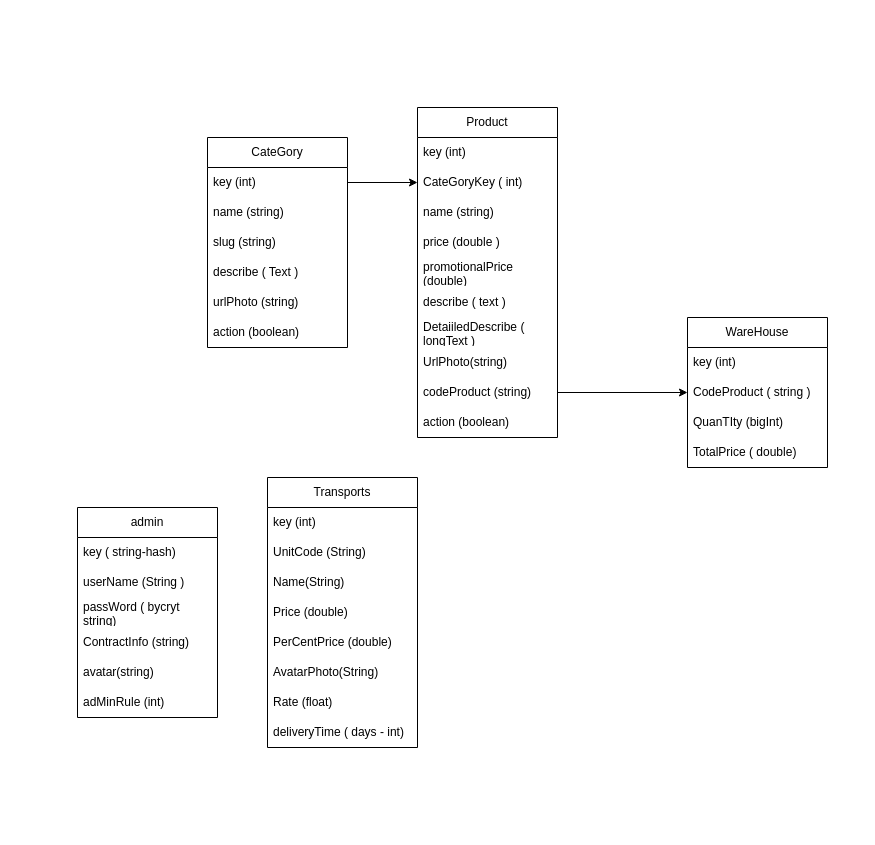
Above: page "Trang-1" (1 of 3) of public/shopeeFake.drawio in GruntDev1204/shopeeFake (draw.io), before the change. Source tidied: cells renumbered, new cells numbered last; positions are measured from the earlier drawing's top-left corner, leaving out a move shared by most shapes. Both pictures are drawn from the tidied source at 100%, with x=0, y=0 at pixel (77, 107).
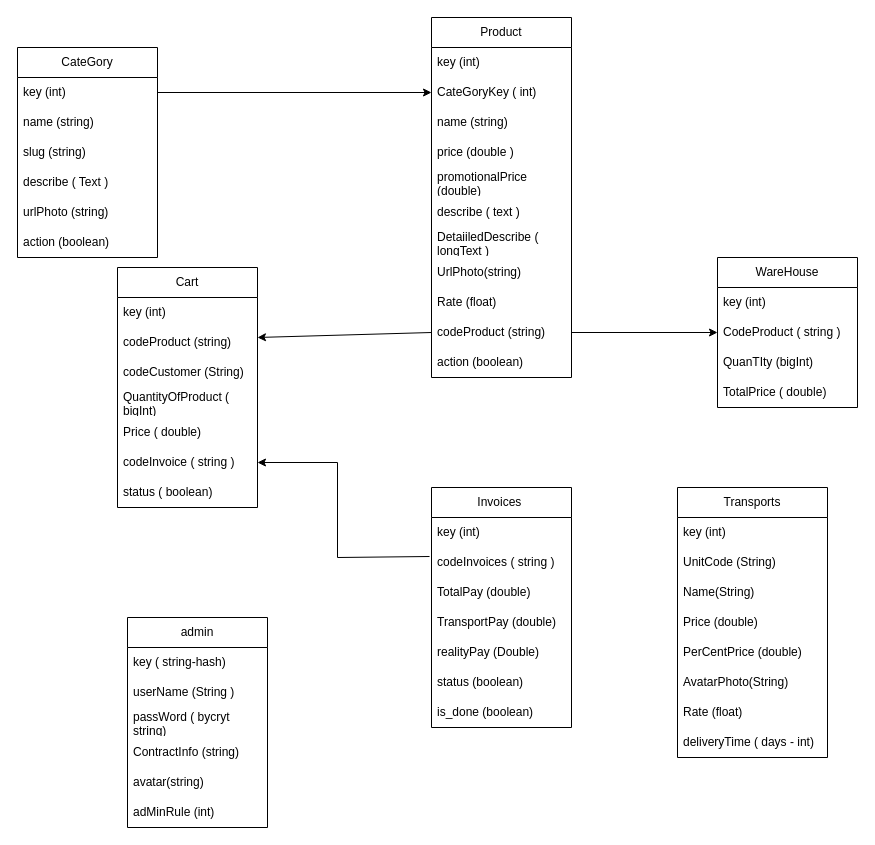
The same page after the edit.

The edit, as a diff of the source:
```diff
@@
     <mxCell id="2" value="admin&lt;br&gt;" style="swimlane;fontStyle=0;horizontal=1;startSize=30;whiteSpace=wrap;html=1;" parent="1" vertex="1">
-      <mxGeometry y="400" width="140" height="210" as="geometry" />
+      <mxGeometry x="50" y="510" width="140" height="210" as="geometry" />
     </mxCell>
@@
     <mxCell id="9" value="CateGory" style="swimlane;fontStyle=0;horizontal=1;startSize=30;whiteSpace=wrap;html=1;" parent="1" vertex="1">
-      <mxGeometry x="130" y="30" width="140" height="210" as="geometry" />
+      <mxGeometry x="-60" y="-60" width="140" height="210" as="geometry" />
     </mxCell>
@@
     <mxCell id="16" value="Product" style="swimlane;fontStyle=0;horizontal=1;startSize=30;whiteSpace=wrap;html=1;" parent="1" vertex="1">
-      <mxGeometry x="340" width="140" height="330" as="geometry" />
+      <mxGeometry x="354" y="-90" width="140" height="360" as="geometry" />
     </mxCell>
@@
+    <mxCell id="43" value="Rate (float)" style="text;strokeColor=none;fillColor=none;align=left;verticalAlign=middle;spacingLeft=4;spacingRight=4;overflow=hidden;whiteSpace=wrap;html=1;" parent="16" vertex="1">
+      <mxGeometry y="270" width="140" height="30" as="geometry" />
+    </mxCell>
     <mxCell id="25" value="codeProduct (string)" style="text;strokeColor=none;fillColor=none;align=left;verticalAlign=middle;spacingLeft=4;spacingRight=4;overflow=hidden;points=[[0,0.5],[1,0.5]];portConstraint=eastwest;whiteSpace=wrap;html=1;" parent="16" vertex="1">
-      <mxGeometry y="270" width="140" height="30" as="geometry" />
+      <mxGeometry y="300" width="140" height="30" as="geometry" />
     </mxCell>
     <mxCell id="26" value="action (boolean)&amp;nbsp;" style="text;strokeColor=none;fillColor=none;align=left;verticalAlign=middle;spacingLeft=4;spacingRight=4;overflow=hidden;whiteSpace=wrap;html=1;" parent="16" vertex="1">
-      <mxGeometry y="300" width="140" height="30" as="geometry" />
+      <mxGeometry y="330" width="140" height="30" as="geometry" />
     </mxCell>
@@
     <mxCell id="28" value="Transports" style="swimlane;fontStyle=0;horizontal=1;startSize=30;whiteSpace=wrap;html=1;" parent="1" vertex="1">
-      <mxGeometry x="190" y="370" width="150" height="270" as="geometry" />
+      <mxGeometry x="600" y="380" width="150" height="270" as="geometry" />
     </mxCell>
@@
     <mxCell id="37" value="WareHouse" style="swimlane;fontStyle=0;horizontal=1;startSize=30;whiteSpace=wrap;html=1;" parent="1" vertex="1">
-      <mxGeometry x="610" y="210" width="140" height="150" as="geometry" />
+      <mxGeometry x="640" y="150" width="140" height="150" as="geometry" />
     </mxCell>
@@
+    <mxCell id="44" value="Cart" style="swimlane;fontStyle=0;horizontal=1;startSize=30;whiteSpace=wrap;html=1;" parent="1" vertex="1">
+      <mxGeometry x="40" y="160" width="140" height="240" as="geometry" />
+    </mxCell>
+    <mxCell id="45" value="key (int)" style="text;strokeColor=none;fillColor=none;align=left;verticalAlign=middle;spacingLeft=4;spacingRight=4;overflow=hidden;whiteSpace=wrap;html=1;" parent="44" vertex="1">
+      <mxGeometry y="30" width="140" height="30" as="geometry" />
+    </mxCell>
+    <mxCell id="46" value="codeProduct (string)&amp;nbsp;" style="text;strokeColor=none;fillColor=none;align=left;verticalAlign=middle;spacingLeft=4;spacingRight=4;overflow=hidden;points=[[0,0.5],[1,0.5]];portConstraint=eastwest;whiteSpace=wrap;html=1;" parent="44" vertex="1">
+      <mxGeometry y="60" width="140" height="30" as="geometry" />
+    </mxCell>
+    <mxCell id="47" value="codeCustomer (String)" style="text;strokeColor=none;fillColor=none;align=left;verticalAlign=middle;spacingLeft=4;spacingRight=4;overflow=hidden;whiteSpace=wrap;html=1;" parent="44" vertex="1">
+      <mxGeometry y="90" width="140" height="30" as="geometry" />
+    </mxCell>
+    <mxCell id="48" value="QuantityOfProduct ( bigInt)&amp;nbsp;" style="text;strokeColor=none;fillColor=none;align=left;verticalAlign=middle;spacingLeft=4;spacingRight=4;overflow=hidden;whiteSpace=wrap;html=1;" parent="44" vertex="1">
+      <mxGeometry y="120" width="140" height="30" as="geometry" />
+    </mxCell>
+    <mxCell id="49" value="Price ( double)" style="text;strokeColor=none;fillColor=none;align=left;verticalAlign=middle;spacingLeft=4;spacingRight=4;overflow=hidden;whiteSpace=wrap;html=1;" parent="44" vertex="1">
+      <mxGeometry y="150" width="140" height="30" as="geometry" />
+    </mxCell>
+    <mxCell id="50" value="codeInvoice ( string )" style="text;strokeColor=none;fillColor=none;align=left;verticalAlign=middle;spacingLeft=4;spacingRight=4;overflow=hidden;points=[[0,0.5],[1,0.5]];portConstraint=eastwest;whiteSpace=wrap;html=1;" parent="44" vertex="1">
+      <mxGeometry y="180" width="140" height="30" as="geometry" />
+    </mxCell>
+    <mxCell id="51" value="status ( boolean)" style="text;strokeColor=none;fillColor=none;align=left;verticalAlign=middle;spacingLeft=4;spacingRight=4;overflow=hidden;whiteSpace=wrap;html=1;" parent="44" vertex="1">
+      <mxGeometry y="210" width="140" height="30" as="geometry" />
+    </mxCell>
+    <mxCell id="52" value="Invoices&amp;nbsp;" style="swimlane;fontStyle=0;horizontal=1;startSize=30;whiteSpace=wrap;html=1;" parent="1" vertex="1">
+      <mxGeometry x="354" y="380" width="140" height="240" as="geometry" />
+    </mxCell>
+    <mxCell id="53" value="key (int)" style="text;strokeColor=none;fillColor=none;align=left;verticalAlign=middle;spacingLeft=4;spacingRight=4;overflow=hidden;whiteSpace=wrap;html=1;" parent="52" vertex="1">
+      <mxGeometry y="30" width="140" height="30" as="geometry" />
+    </mxCell>
+    <mxCell id="54" value="codeInvoices ( string )" style="text;strokeColor=none;fillColor=none;align=left;verticalAlign=middle;spacingLeft=4;spacingRight=4;overflow=hidden;points=[[0,0.5],[1,0.5]];portConstraint=eastwest;whiteSpace=wrap;html=1;" parent="52" vertex="1">
+      <mxGeometry y="60" width="140" height="30" as="geometry" />
+    </mxCell>
+    <mxCell id="55" value="TotalPay (double)" style="text;strokeColor=none;fillColor=none;align=left;verticalAlign=middle;spacingLeft=4;spacingRight=4;overflow=hidden;whiteSpace=wrap;html=1;" parent="52" vertex="1">
+      <mxGeometry y="90" width="140" height="30" as="geometry" />
+    </mxCell>
+    <mxCell id="56" value="TransportPay (double)" style="text;strokeColor=none;fillColor=none;align=left;verticalAlign=middle;spacingLeft=4;spacingRight=4;overflow=hidden;whiteSpace=wrap;html=1;" parent="52" vertex="1">
+      <mxGeometry y="120" width="140" height="30" as="geometry" />
+    </mxCell>
+    <mxCell id="57" value="realityPay (Double)" style="text;strokeColor=none;fillColor=none;align=left;verticalAlign=middle;spacingLeft=4;spacingRight=4;overflow=hidden;whiteSpace=wrap;html=1;" parent="52" vertex="1">
+      <mxGeometry y="150" width="140" height="30" as="geometry" />
+    </mxCell>
+    <mxCell id="58" value="status (boolean)" style="text;strokeColor=none;fillColor=none;align=left;verticalAlign=middle;spacingLeft=4;spacingRight=4;overflow=hidden;whiteSpace=wrap;html=1;" parent="52" vertex="1">
+      <mxGeometry y="180" width="140" height="30" as="geometry" />
+    </mxCell>
+    <mxCell id="59" value="is_done (boolean)" style="text;strokeColor=none;fillColor=none;align=left;verticalAlign=middle;spacingLeft=4;spacingRight=4;overflow=hidden;whiteSpace=wrap;html=1;" parent="52" vertex="1">
+      <mxGeometry y="210" width="140" height="30" as="geometry" />
+    </mxCell>
+    <mxCell id="60" style="endArrow=classic;html=1;rounded=0;exitX=0;exitY=0.5;exitDx=0;exitDy=0;entryX=1;entryY=0.333;entryDx=0;entryDy=0;entryPerimeter=0;" parent="1" edge="1" source="25" target="46">
+      <mxGeometry relative="1" as="geometry" />
+    </mxCell>
+    <mxCell id="61" style="endArrow=classic;html=1;rounded=0;exitX=-0.014;exitY=0.3;exitDx=0;exitDy=0;exitPerimeter=0;entryX=1;entryY=0.5;entryDx=0;entryDy=0;" parent="1" edge="1" source="54" target="50">
+      <mxGeometry relative="1" as="geometry">
+        <Array as="points">
+          <mxPoint x="260" y="450" />
+          <mxPoint x="260" y="355" />
+        </Array>
+      </mxGeometry>
+    </mxCell>
```
